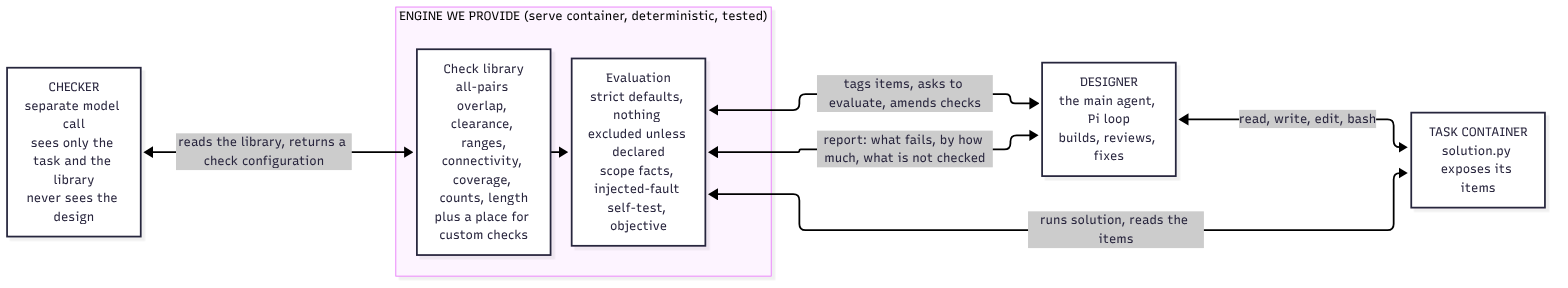
Above: docs/figures/fig5-structured-architecture.png in SophusRosendahl/ple-submission (Mermaid), before the change. Its source is kept beside it as docs/figures/fig5-structured-architecture.mmd.
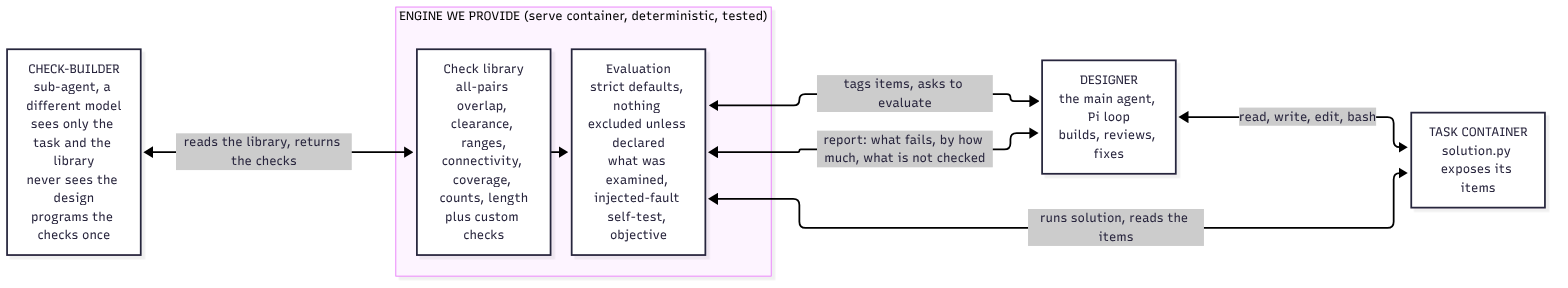
The same file after the commit.

Commit message:
Rung 3: check-builder sub-agent (different model, runs once, fixed checks), library plus custom checks, budget 40; open question on a second model and the rules

What changed in the source:
```diff
@@ -1,13 +1,13 @@
 flowchart LR
-  CK["CHECKER<br/>separate model call<br/>sees only the task and the library<br/>never sees the design"]
+  CB["CHECK-BUILDER<br/>sub-agent, a different model<br/>sees only the task and the library<br/>never sees the design<br/>programs the checks once"]
   DS["DESIGNER<br/>the main agent, Pi loop<br/>builds, reviews, fixes"]
   subgraph ENG["ENGINE WE PROVIDE (serve container, deterministic, tested)"]
-    LB["Check library<br/>all-pairs overlap, clearance, ranges,<br/>connectivity, coverage, counts, length<br/>plus a place for custom checks"]
-    EV["Evaluation<br/>strict defaults, nothing excluded unless declared<br/>scope facts, injected-fault self-test, objective"]
+    LB["Check library<br/>all-pairs overlap, clearance, ranges,<br/>connectivity, coverage, counts, length<br/>plus custom checks"]
+    EV["Evaluation<br/>strict defaults, nothing excluded unless declared<br/>what was examined, injected-fault self-test, objective"]
   end
   TC["TASK CONTAINER<br/>solution.py exposes its items"]
-  CK <-->|"reads the library, returns a check configuration"| LB
-  DS <-->|"tags items, asks to evaluate, amends checks"| EV
+  CB <-->|"reads the library, returns the checks"| LB
+  DS <-->|"tags items, asks to evaluate"| EV
   EV <-->|"report: what fails, by how much, what is not checked"| DS
   LB --> EV
   EV <-->|"runs solution, reads the items"| TC
```
